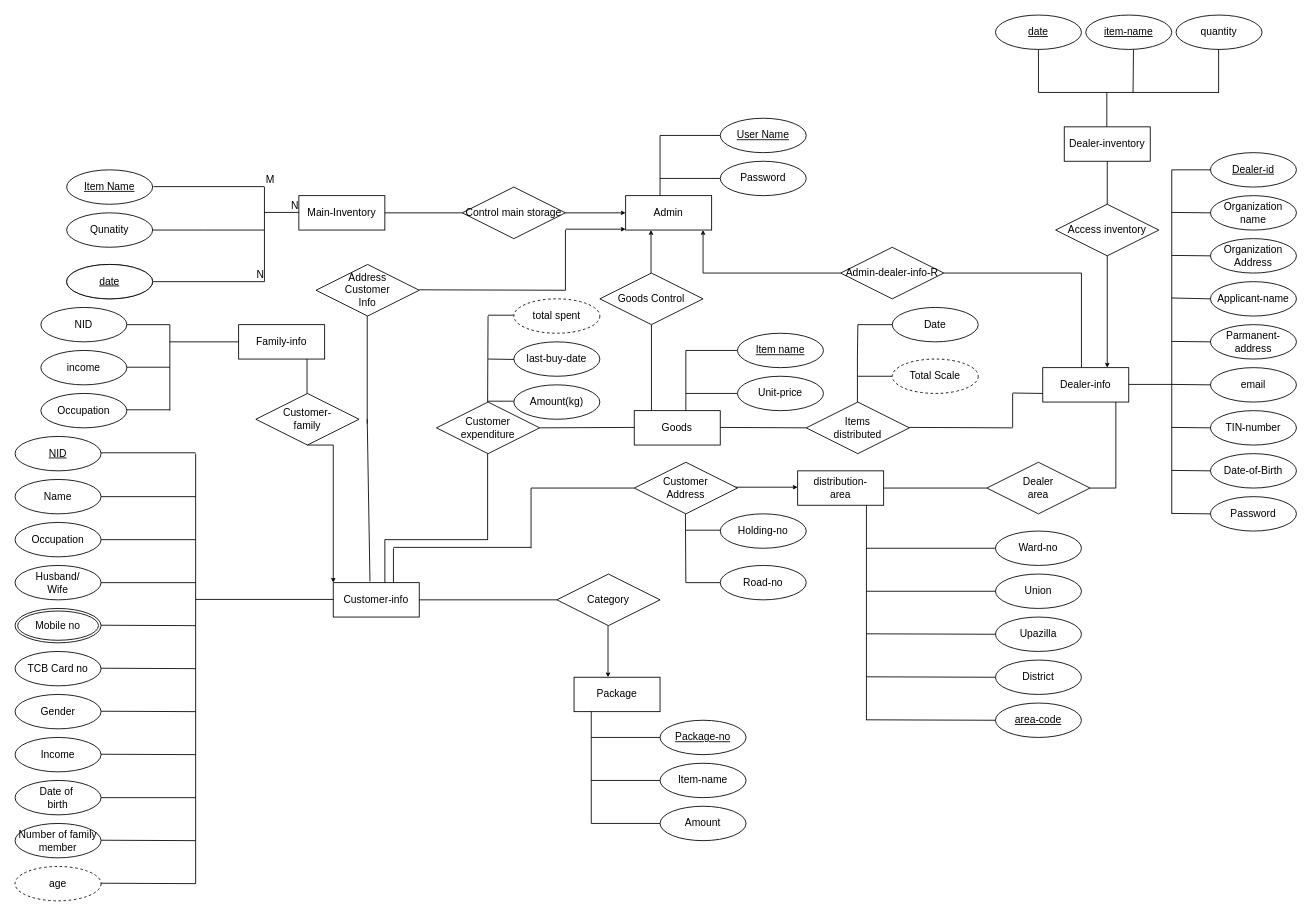
Above: page "Page-2" (2 of 2) of PPT ER and Schema Diagram/ER Schema.drawio in taus-if/TCB-Goods-Distribution-System (draw.io), before the change. Source tidied: cells renumbered, new cells numbered last; positions are measured from the earlier drawing's top-left corner, leaving out a move shared by most shapes. Both pictures are drawn from the tidied source at 86%, with x=0, y=0 at pixel (15, 15).
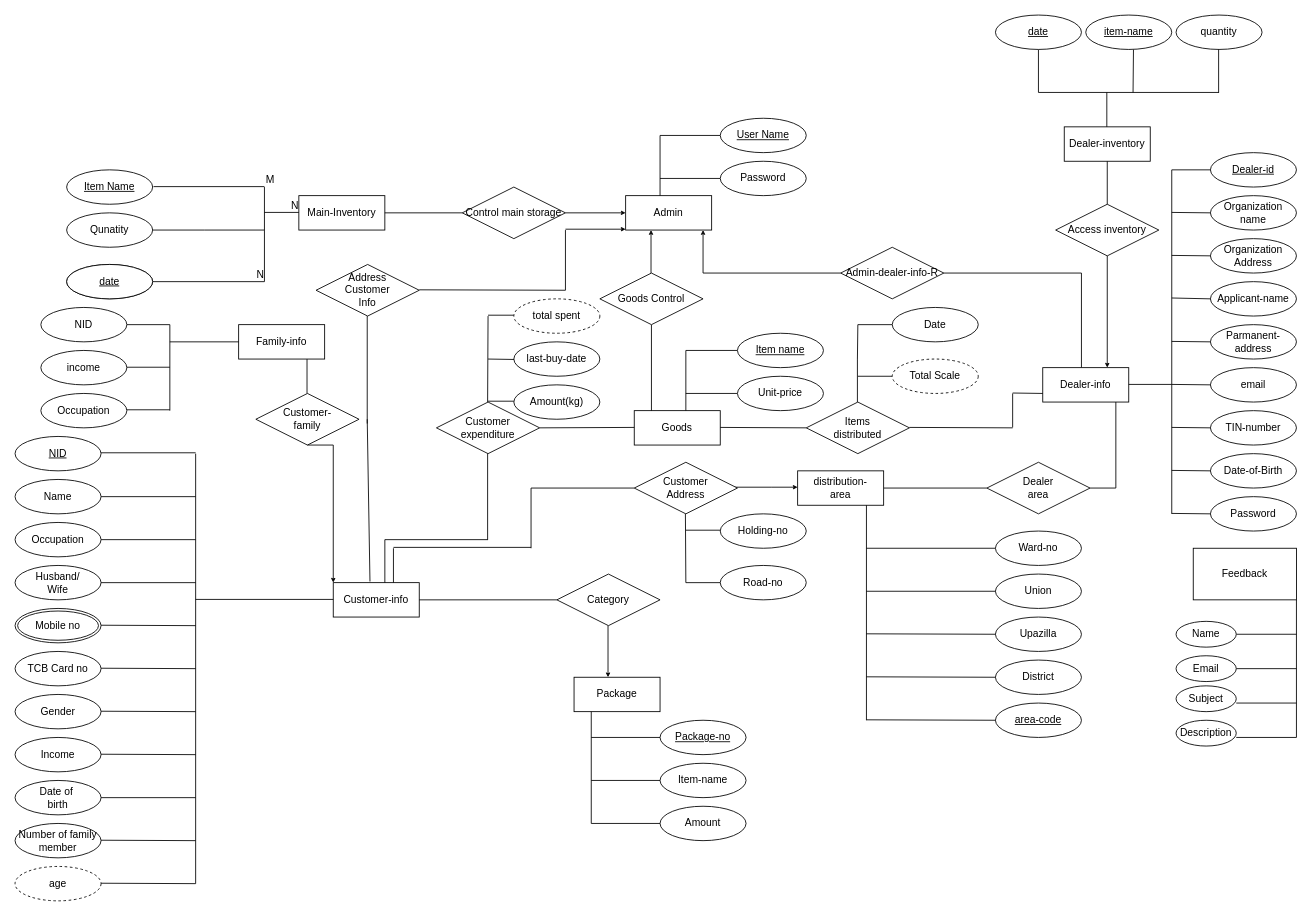
The same diagram, later.

Diff of the diagram source:
```diff
@@
+    <mxCell id="179" value="Feedback" style="rounded=0;whiteSpace=wrap;html=1;" parent="1" vertex="1">
+      <mxGeometry x="1370" y="620" width="120" height="60" as="geometry" />
+    </mxCell>
+    <mxCell id="180" style="endArrow=none;html=1;rounded=0;entryX=1;entryY=1;entryDx=0;entryDy=0;" parent="1" edge="1" target="179">
+      <mxGeometry relative="1" as="geometry">
+        <mxPoint x="1490" y="840" as="sourcePoint" />
+      </mxGeometry>
+    </mxCell>
+    <mxCell id="181" style="endArrow=none;html=1;rounded=0;" parent="1" edge="1">
+      <mxGeometry relative="1" as="geometry">
+        <mxPoint x="1420" y="720" as="sourcePoint" />
+        <mxPoint x="1490" y="720" as="targetPoint" />
+      </mxGeometry>
+    </mxCell>
+    <mxCell id="182" style="endArrow=none;html=1;rounded=0;" parent="1" edge="1">
+      <mxGeometry relative="1" as="geometry">
+        <mxPoint x="1420" y="760" as="sourcePoint" />
+        <mxPoint x="1490" y="760" as="targetPoint" />
+      </mxGeometry>
+    </mxCell>
+    <mxCell id="183" style="endArrow=none;html=1;rounded=0;" parent="1" edge="1">
+      <mxGeometry relative="1" as="geometry">
+        <mxPoint x="1420" y="800" as="sourcePoint" />
+        <mxPoint x="1490" y="800" as="targetPoint" />
+      </mxGeometry>
+    </mxCell>
+    <mxCell id="184" style="endArrow=none;html=1;rounded=0;" parent="1" edge="1">
+      <mxGeometry relative="1" as="geometry">
+        <mxPoint x="1420" y="840" as="sourcePoint" />
+        <mxPoint x="1490" y="840" as="targetPoint" />
+      </mxGeometry>
+    </mxCell>
+    <mxCell id="185" value="Name" style="ellipse;whiteSpace=wrap;html=1;" parent="1" vertex="1">
+      <mxGeometry x="1350" y="705" width="70" height="30" as="geometry" />
+    </mxCell>
+    <mxCell id="186" value="Email" style="ellipse;whiteSpace=wrap;html=1;" parent="1" vertex="1">
+      <mxGeometry x="1350" y="745" width="70" height="30" as="geometry" />
+    </mxCell>
+    <mxCell id="187" value="Subject" style="ellipse;whiteSpace=wrap;html=1;" parent="1" vertex="1">
+      <mxGeometry x="1350" y="780" width="70" height="30" as="geometry" />
+    </mxCell>
+    <mxCell id="188" value="Description" style="ellipse;whiteSpace=wrap;html=1;" parent="1" vertex="1">
+      <mxGeometry x="1350" y="820" width="70" height="30" as="geometry" />
+    </mxCell>
```
